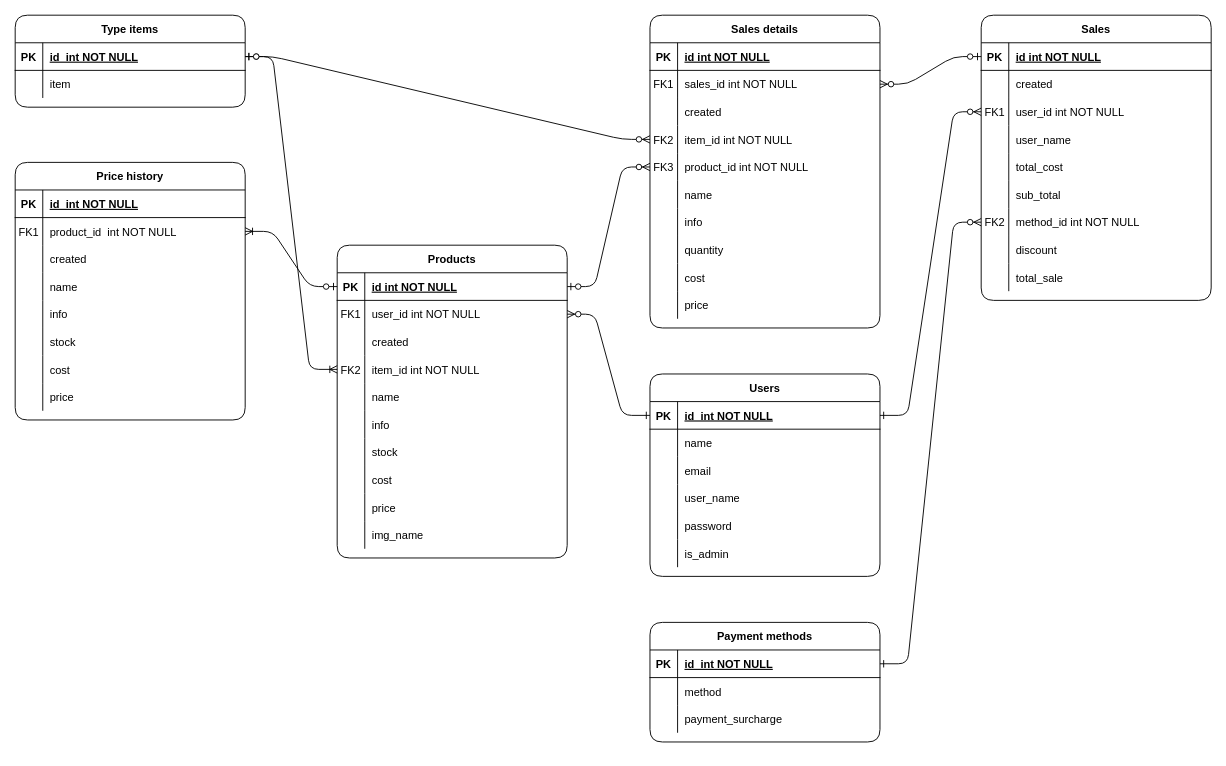
Earlier version of the draw.io diagram Entidades-relaciones.drawio (m415x/POS). Source tidied: cells renumbered, new cells numbered last; positions are measured from the earlier drawing's top-left corner, leaving out a move shared by most shapes. Both pictures are drawn from the tidied source at 92%, with x=0, y=0 at pixel (15, 15).
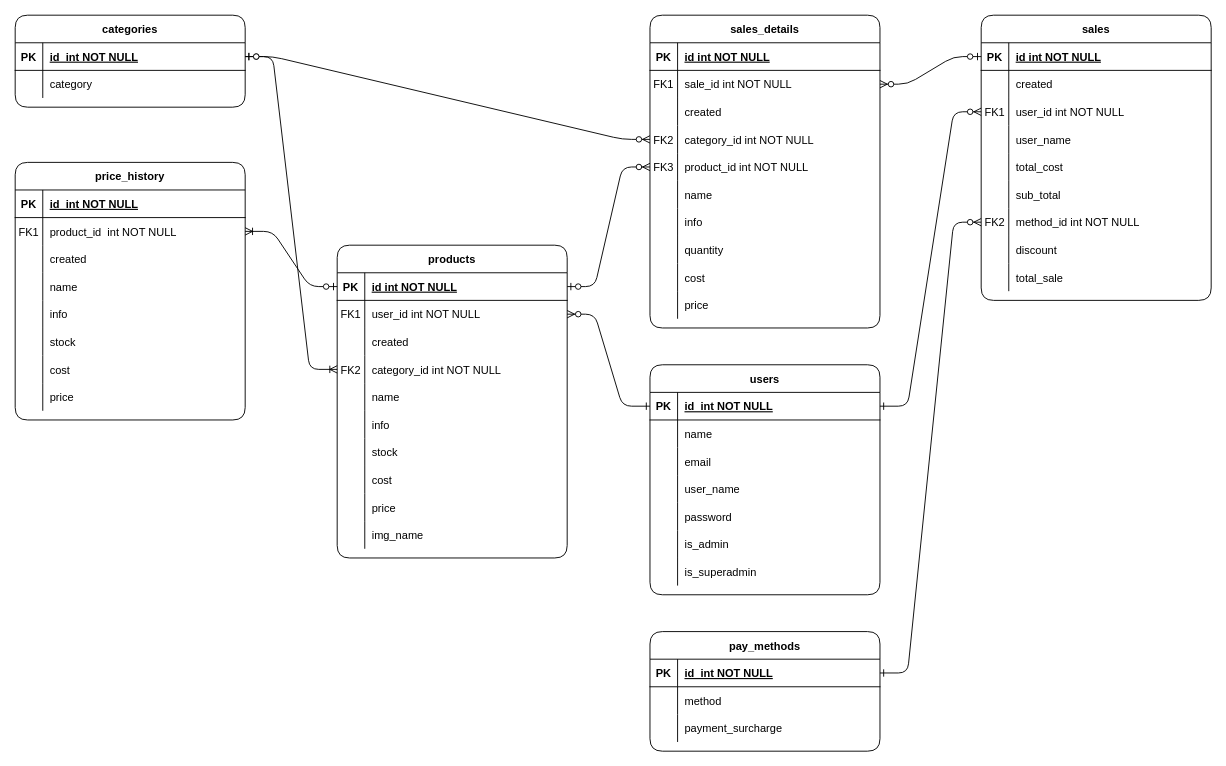
After the change.

The change refers to these unchanged cells:
```xml
<mxCell id="15" style="shape=partialRectangle;fillColor=none;points=[[0,0.5],[1,0.5]];portConstraint=eastwest;top=0;left=0;right=0;bottom=0;" parent="5" vertex="1">
  <mxGeometry y="120" width="250" height="30" as="geometry" />
</mxCell>
<mxCell id="87" style="shape=partialRectangle;fillColor=none;points=[[0,0.5],[1,0.5]];portConstraint=eastwest;top=0;left=0;right=0;bottom=0;" parent="83" vertex="1">
  <mxGeometry y="60" width="250" height="30" as="geometry" />
</mxCell>
<mxCell id="93" style="shape=partialRectangle;fillColor=none;points=[[0,0.5],[1,0.5]];portConstraint=eastwest;top=0;left=0;right=0;bottom=0;" parent="83" vertex="1">
  <mxGeometry y="120" width="250" height="30" as="geometry" />
</mxCell>
<mxCell id="156" style="shape=partialRectangle;fillColor=none;top=0;left=0;right=0;bottom=0;" parent="152" vertex="1">
  <mxGeometry y="60" width="250" height="30" as="geometry" />
</mxCell>
```

The edit, as a diff of the source:
```diff
@@
-    <mxCell id="5" value="Products" style="shape=table;startSize=30;childLayout=tableLayout;rowLines=0;fontStyle=1;align=center;rounded=1;" parent="1" vertex="1">
+    <mxCell id="5" value="products" style="shape=table;startSize=30;childLayout=tableLayout;rowLines=0;fontStyle=1;align=center;rounded=1;" parent="1" vertex="1">
       <mxGeometry x="350" y="250" width="250" height="340" as="geometry" />
     </mxCell>
@@
-    <mxCell id="17" value="item_id int NOT NULL" style="shape=partialRectangle;overflow=hidden;fillColor=none;top=0;left=0;bottom=0;right=0;align=left;spacingLeft=6;" parent="15" vertex="1">
+    <mxCell id="17" value="category_id int NOT NULL" style="shape=partialRectangle;overflow=hidden;fillColor=none;top=0;left=0;bottom=0;right=0;align=left;spacingLeft=6;" parent="15" vertex="1">
       <mxGeometry x="30" width="220" height="30" as="geometry" />
     </mxCell>
@@
-    <mxCell id="36" value="Sales" style="shape=table;startSize=30;childLayout=tableLayout;rowLines=0;fontStyle=1;align=center;rounded=1;" parent="1" vertex="1">
+    <mxCell id="36" value="sales" style="shape=table;startSize=30;childLayout=tableLayout;rowLines=0;fontStyle=1;align=center;rounded=1;" parent="1" vertex="1">
       <mxGeometry x="1050" width="250" height="310" as="geometry" />
     </mxCell>
@@
-    <mxCell id="64" value="Users" style="shape=table;startSize=30;childLayout=tableLayout;rowLines=0;fontStyle=1;align=center;rounded=1;" parent="1" vertex="1">
-      <mxGeometry x="690" y="390" width="250" height="220" as="geometry" />
+    <mxCell id="64" value="users" style="shape=table;startSize=30;childLayout=tableLayout;rowLines=0;fontStyle=1;align=center;rounded=1;" parent="1" vertex="1">
+      <mxGeometry x="690" y="380" width="250" height="250" as="geometry" />
     </mxCell>
@@
+    <mxCell id="161" style="shape=partialRectangle;fillColor=none;top=0;left=0;right=0;bottom=0;" parent="64" vertex="1">
+      <mxGeometry y="210" width="250" height="30" as="geometry" />
+    </mxCell>
+    <mxCell id="162" style="shape=partialRectangle;overflow=hidden;fillColor=none;top=0;left=0;bottom=0;right=0;" parent="161" vertex="1">
+      <mxGeometry width="30" height="30" as="geometry" />
+    </mxCell>
+    <mxCell id="163" value="is_superadmin" style="shape=partialRectangle;overflow=hidden;fillColor=none;top=0;left=0;bottom=0;right=0;align=left;spacingLeft=6;" parent="161" vertex="1">
+      <mxGeometry x="30" width="220" height="30" as="geometry" />
+    </mxCell>
-    <mxCell id="83" value="Sales details" style="shape=table;startSize=30;childLayout=tableLayout;rowLines=0;fontStyle=1;align=center;rounded=1;" parent="1" vertex="1">
+    <mxCell id="83" value="sales_details" style="shape=table;startSize=30;childLayout=tableLayout;rowLines=0;fontStyle=1;align=center;rounded=1;" parent="1" vertex="1">
       <mxGeometry x="690" width="250" height="340" as="geometry" />
     </mxCell>
@@
-    <mxCell id="89" value="sales_id int NOT NULL" style="shape=partialRectangle;overflow=hidden;fillColor=none;top=0;left=0;bottom=0;right=0;align=left;spacingLeft=6;" parent="87" vertex="1">
+    <mxCell id="89" value="sale_id int NOT NULL" style="shape=partialRectangle;overflow=hidden;fillColor=none;top=0;left=0;bottom=0;right=0;align=left;spacingLeft=6;" parent="87" vertex="1">
       <mxGeometry x="30" width="220" height="30" as="geometry" />
     </mxCell>
@@
-    <mxCell id="95" value="item_id int NOT NULL" style="shape=partialRectangle;overflow=hidden;fillColor=none;top=0;left=0;bottom=0;right=0;align=left;spacingLeft=6;" parent="93" vertex="1">
+    <mxCell id="95" value="category_id int NOT NULL" style="shape=partialRectangle;overflow=hidden;fillColor=none;top=0;left=0;bottom=0;right=0;align=left;spacingLeft=6;" parent="93" vertex="1">
       <mxGeometry x="30" width="220" height="30" as="geometry" />
     </mxCell>
@@
-    <mxCell id="116" value="Price history" style="shape=table;startSize=30;childLayout=tableLayout;rowLines=0;fontStyle=1;align=center;rounded=1;" parent="1" vertex="1">
+    <mxCell id="116" value="price_history" style="shape=table;startSize=30;childLayout=tableLayout;rowLines=0;fontStyle=1;align=center;rounded=1;" parent="1" vertex="1">
       <mxGeometry y="160" width="250" height="280" as="geometry" />
     </mxCell>
@@
-    <mxCell id="141" value="Payment methods" style="shape=table;startSize=30;childLayout=tableLayout;rowLines=0;fontStyle=1;align=center;rounded=1;" parent="1" vertex="1">
-      <mxGeometry x="690" y="660" width="250" height="130" as="geometry" />
+    <mxCell id="141" value="pay_methods" style="shape=table;startSize=30;childLayout=tableLayout;rowLines=0;fontStyle=1;align=center;rounded=1;" parent="1" vertex="1">
+      <mxGeometry x="690" y="670" width="250" height="130" as="geometry" />
     </mxCell>
@@
-    <mxCell id="152" value="Type items" style="shape=table;startSize=30;childLayout=tableLayout;rowLines=0;fontStyle=1;align=center;rounded=1;" parent="1" vertex="1">
+    <mxCell id="152" value="categories" style="shape=table;startSize=30;childLayout=tableLayout;rowLines=0;fontStyle=1;align=center;rounded=1;" parent="1" vertex="1">
       <mxGeometry width="250" height="100" as="geometry" />
     </mxCell>
@@
-    <mxCell id="158" value="item" style="shape=partialRectangle;overflow=hidden;fillColor=none;top=0;left=0;bottom=0;right=0;align=left;spacingLeft=6;" parent="156" vertex="1">
+    <mxCell id="158" value="category" style="shape=partialRectangle;overflow=hidden;fillColor=none;top=0;left=0;bottom=0;right=0;align=left;spacingLeft=6;" parent="156" vertex="1">
       <mxGeometry x="30" width="220" height="30" as="geometry" />
     </mxCell>
```
